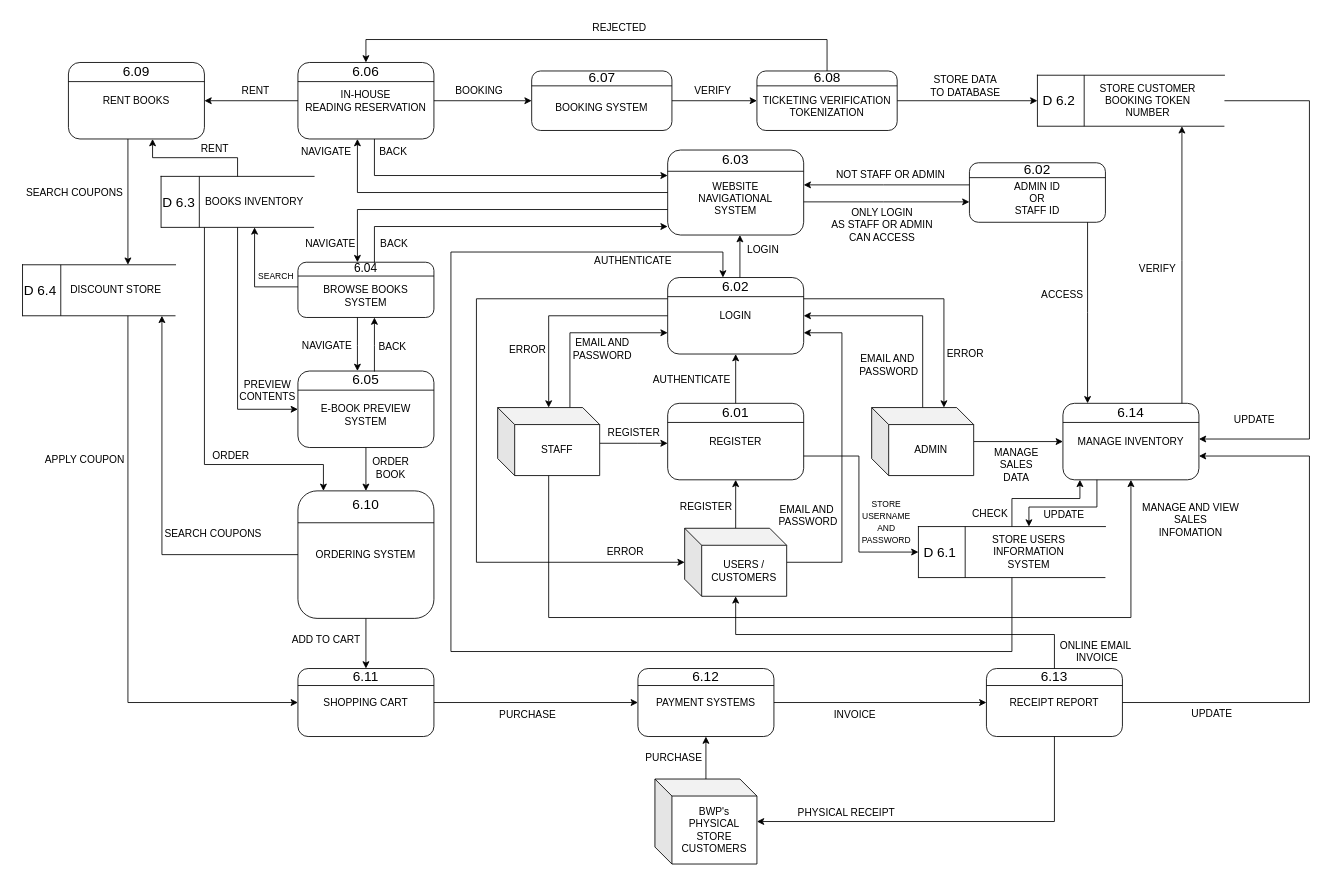
Before: page "Level 1 DFD" (10 of 13) of SYAD Data Flow Diagram .drawio in AngJianming/Bookworm-Paradise-System-Analysis-And-Design, a draw.io diagram. Source tidied: cells renumbered, new cells numbered last; positions are measured from the earlier drawing's top-left corner, leaving out a move shared by most shapes. Both pictures are drawn from the tidied source at 85%, with x=0, y=0 at pixel (14, 14).
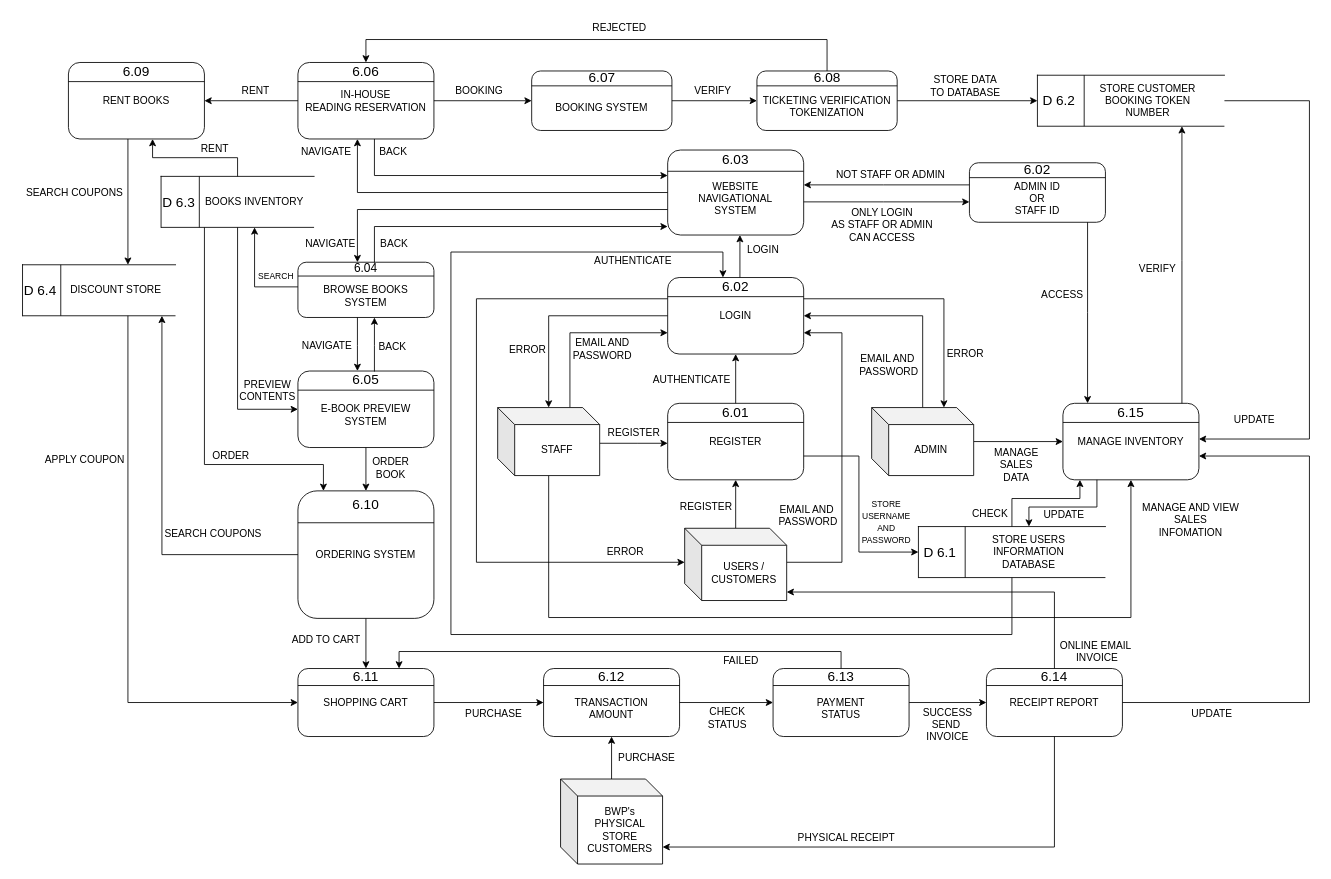
Above is the later version.

Unchanged cells that the change refers to:
```xml
<mxCell id="19" value="LOGIN" style="rounded=1;whiteSpace=wrap;html=1;" parent="18" vertex="1">
  <mxGeometry width="160" height="90" as="geometry" />
</mxCell>
<mxCell id="53" style="group;" parent="1" vertex="1">
  <mxGeometry x="1233" y="457" width="160" height="90" as="geometry" />
</mxCell>
<mxCell id="68" style="group;" parent="1" vertex="1">
  <mxGeometry x="1063" y="602" width="220" height="60" as="geometry" />
</mxCell>
<mxCell id="90" value="SHOPPING CART" style="rounded=1;whiteSpace=wrap;html=1;" parent="89" vertex="1">
  <mxGeometry width="160" height="80" as="geometry" />
</mxCell>
<mxCell id="117" style="group;" parent="1" vertex="1">
  <mxGeometry x="1143" y="769" width="160" height="80" as="geometry" />
</mxCell>
<mxCell id="118" value="RECEIPT REPORT" style="rounded=1;whiteSpace=wrap;html=1;" parent="117" vertex="1">
  <mxGeometry width="160" height="80" as="geometry" />
</mxCell>
```

The edit, as a diff of the source:
```diff
@@
     <mxCell id="8" value="USERS /&lt;div&gt;CUSTOMERS&lt;/div&gt;" style="shape=cube;whiteSpace=wrap;html=1;boundedLbl=1;backgroundOutline=1;darkOpacity=0.05;darkOpacity2=0.1;" parent="1" vertex="1">
-      <mxGeometry x="788" y="604" width="120" height="80" as="geometry" />
+      <mxGeometry x="788" y="604" width="120" height="85" as="geometry" />
     </mxCell>
@@
-    <mxCell id="56" value="&lt;span style=&quot;font-size: 16px;&quot;&gt;6.14&lt;/span&gt;" style="text;html=1;align=center;verticalAlign=middle;whiteSpace=wrap;rounded=0;" parent="53" vertex="1">
+    <mxCell id="56" value="&lt;span style=&quot;font-size: 16px;&quot;&gt;6.15&lt;/span&gt;" style="text;html=1;align=center;verticalAlign=middle;whiteSpace=wrap;rounded=0;" parent="53" vertex="1">
       <mxGeometry x="50" y="0.6" width="60" height="18.5" as="geometry" />
     </mxCell>
@@
-    <mxCell id="69" value="&lt;blockquote style=&quot;margin: 0 0 0 40px; border: none; padding: 0px;&quot;&gt;STORE USERS&lt;/blockquote&gt;&lt;blockquote style=&quot;margin: 0 0 0 40px; border: none; padding: 0px;&quot;&gt;INFORMATION&lt;/blockquote&gt;&lt;blockquote style=&quot;margin: 0 0 0 40px; border: none; padding: 0px;&quot;&gt;SYSTEM&lt;/blockquote&gt;" style="shape=partialRectangle;whiteSpace=wrap;html=1;bottom=0;right=0;fillColor=none;" parent="68" vertex="1">
+    <mxCell id="69" value="&lt;blockquote style=&quot;margin: 0 0 0 40px; border: none; padding: 0px;&quot;&gt;STORE USERS&lt;/blockquote&gt;&lt;blockquote style=&quot;margin: 0 0 0 40px; border: none; padding: 0px;&quot;&gt;INFORMATION&lt;/blockquote&gt;&lt;blockquote style=&quot;margin: 0 0 0 40px; border: none; padding: 0px;&quot;&gt;DATABASE&lt;/blockquote&gt;" style="shape=partialRectangle;whiteSpace=wrap;html=1;bottom=0;right=0;fillColor=none;" parent="68" vertex="1">
       <mxGeometry width="220" height="60" as="geometry" />
     </mxCell>
@@
     <mxCell id="75" style="edgeStyle=orthogonalEdgeStyle;rounded=0;jettySize=auto;html=1;" parent="1" edge="1" source="69" target="19">
       <mxGeometry relative="1" as="geometry">
         <Array as="points">
-          <mxPoint x="1173" y="749" />
-          <mxPoint x="513" y="749" />
+          <mxPoint x="1173" y="729" />
+          <mxPoint x="513" y="729" />
           <mxPoint x="513" y="279" />
           <mxPoint x="833" y="279" />
         </Array>
       </mxGeometry>
     </mxCell>
@@
     <mxCell id="101" style="group;" parent="1" vertex="1">
-      <mxGeometry x="733" y="769" width="160" height="80" as="geometry" />
+      <mxGeometry x="622" y="769" width="160" height="80" as="geometry" />
     </mxCell>
-    <mxCell id="102" value="PAYMENT SYSTEMS" style="rounded=1;whiteSpace=wrap;html=1;" parent="101" vertex="1">
+    <mxCell id="102" value="&lt;div&gt;&lt;br&gt;&lt;/div&gt;TRANSACTION&lt;div&gt;AMOUNT&lt;/div&gt;" style="rounded=1;whiteSpace=wrap;html=1;" parent="101" vertex="1">
       <mxGeometry width="160" height="80" as="geometry" />
     </mxCell>
@@
-    <mxCell id="112" style="edgeStyle=orthogonalEdgeStyle;rounded=0;jettySize=auto;html=1;" parent="1" edge="1" source="102" target="118">
-      <mxGeometry relative="1" as="geometry">
-        <Array as="points">
-          <mxPoint x="1153" y="809" />
-          <mxPoint x="1153" y="809" />
-        </Array>
-      </mxGeometry>
-    </mxCell>
     <mxCell id="113" value="PURCHASE" style="text;html=1;align=center;verticalAlign=middle;strokeColor=none;fillColor=none;" parent="1" vertex="1">
-      <mxGeometry x="558" y="809" width="90" height="30" as="geometry" />
+      <mxGeometry x="518" y="807" width="90" height="30" as="geometry" />
     </mxCell>
-    <mxCell id="114" value="INVOICE" style="text;html=1;align=center;verticalAlign=middle;strokeColor=none;fillColor=none;" parent="1" vertex="1">
-      <mxGeometry x="953" y="809" width="70" height="30" as="geometry" />
+    <mxCell id="114" value="CHECK&lt;div&gt;STATUS&lt;/div&gt;" style="text;html=1;align=center;verticalAlign=middle;strokeColor=none;fillColor=none;" parent="1" vertex="1">
+      <mxGeometry x="803" y="807" width="70" height="40" as="geometry" />
     </mxCell>
@@
-    <mxCell id="120" value="&lt;span style=&quot;font-size: 16px;&quot;&gt;6.13&lt;/span&gt;" style="text;html=1;align=center;verticalAlign=middle;whiteSpace=wrap;rounded=0;" parent="117" vertex="1">
+    <mxCell id="120" value="&lt;span style=&quot;font-size: 16px;&quot;&gt;6.14&lt;/span&gt;" style="text;html=1;align=center;verticalAlign=middle;whiteSpace=wrap;rounded=0;" parent="117" vertex="1">
       <mxGeometry x="50" y="0.5" width="60" height="16.4" as="geometry" />
     </mxCell>
@@
     <mxCell id="122" style="edgeStyle=orthogonalEdgeStyle;rounded=0;jettySize=auto;html=1;" parent="1" edge="1" source="118" target="8">
       <mxGeometry relative="1" as="geometry">
         <Array as="points">
-          <mxPoint x="1223" y="729" />
-          <mxPoint x="848" y="729" />
+          <mxPoint x="1223" y="679" />
         </Array>
       </mxGeometry>
     </mxCell>
@@
     <mxCell id="127" value="&lt;div&gt;BWP's&lt;/div&gt;PHYSICAL STORE CUSTOMERS" style="shape=cube;whiteSpace=wrap;html=1;boundedLbl=1;backgroundOutline=1;darkOpacity=0.05;darkOpacity2=0.1;" parent="1" vertex="1">
-      <mxGeometry x="753" y="899" width="120" height="100" as="geometry" />
+      <mxGeometry x="642" y="899" width="120" height="100" as="geometry" />
     </mxCell>
     <mxCell id="128" style="edgeStyle=orthogonalEdgeStyle;rounded=0;jettySize=auto;html=1;" parent="1" edge="1" source="118" target="127">
       <mxGeometry relative="1" as="geometry">
         <Array as="points">
-          <mxPoint x="1223" y="949" />
+          <mxPoint x="1223" y="979" />
         </Array>
       </mxGeometry>
     </mxCell>
     <mxCell id="129" value="PHYSICAL RECEIPT" style="text;html=1;align=center;verticalAlign=middle;strokeColor=none;fillColor=none;" parent="1" vertex="1">
-      <mxGeometry x="908" y="924" width="140" height="30" as="geometry" />
+      <mxGeometry x="908" y="953" width="140" height="30" as="geometry" />
     </mxCell>
     <mxCell id="130" value="PURCHASE" style="text;html=1;align=center;verticalAlign=middle;strokeColor=none;fillColor=none;" parent="1" vertex="1">
-      <mxGeometry x="730" y="859" width="90" height="30" as="geometry" />
+      <mxGeometry x="698" y="859" width="90" height="30" as="geometry" />
     </mxCell>
@@
+    <mxCell id="180" style="group;" parent="1" vertex="1">
+      <mxGeometry x="892" y="769" width="160" height="80" as="geometry" />
+    </mxCell>
+    <mxCell id="181" value="&lt;div&gt;&lt;br&gt;&lt;/div&gt;PAYMENT&lt;div&gt;STATUS&lt;/div&gt;" style="rounded=1;whiteSpace=wrap;html=1;" parent="180" vertex="1">
+      <mxGeometry width="160" height="80" as="geometry" />
+    </mxCell>
+    <mxCell id="182" style="endArrow=none;html=1;rounded=0;exitX=0;exitY=0.25;exitDx=0;exitDy=0;entryX=1;entryY=0.25;entryDx=0;entryDy=0;" parent="180" edge="1" source="181" target="181">
+      <mxGeometry relative="1" as="geometry" />
+    </mxCell>
+    <mxCell id="183" value="&lt;span style=&quot;font-size: 16px;&quot;&gt;6.13&lt;/span&gt;" style="text;html=1;align=center;verticalAlign=middle;whiteSpace=wrap;rounded=0;" parent="180" vertex="1">
+      <mxGeometry x="50" y="0.5" width="60" height="16.4" as="geometry" />
+    </mxCell>
+    <mxCell id="184" style="edgeStyle=orthogonalEdgeStyle;rounded=0;jettySize=auto;html=1;" parent="1" edge="1" source="102" target="181">
+      <mxGeometry relative="1" as="geometry" />
+    </mxCell>
+    <mxCell id="185" style="edgeStyle=orthogonalEdgeStyle;rounded=0;jettySize=auto;html=1;" parent="1" edge="1" source="181" target="118">
+      <mxGeometry relative="1" as="geometry" />
+    </mxCell>
+    <mxCell id="186" value="SUCCESS&lt;div&gt;SEND&amp;nbsp;&lt;/div&gt;&lt;div&gt;INVOICE&lt;/div&gt;" style="text;html=1;align=center;verticalAlign=middle;strokeColor=none;fillColor=none;" parent="1" vertex="1">
+      <mxGeometry x="1057" y="805" width="80" height="60" as="geometry" />
+    </mxCell>
+    <mxCell id="187" style="edgeStyle=orthogonalEdgeStyle;rounded=0;jettySize=auto;html=1;" parent="1" edge="1" source="181" target="90">
+      <mxGeometry relative="1" as="geometry">
+        <Array as="points">
+          <mxPoint x="972" y="749" />
+          <mxPoint x="452" y="749" />
+        </Array>
+      </mxGeometry>
+    </mxCell>
+    <mxCell id="188" value="FAILED" style="text;html=1;align=center;verticalAlign=middle;strokeColor=none;fillColor=none;" parent="1" vertex="1">
+      <mxGeometry x="824" y="745" width="60" height="30" as="geometry" />
+    </mxCell>
```
